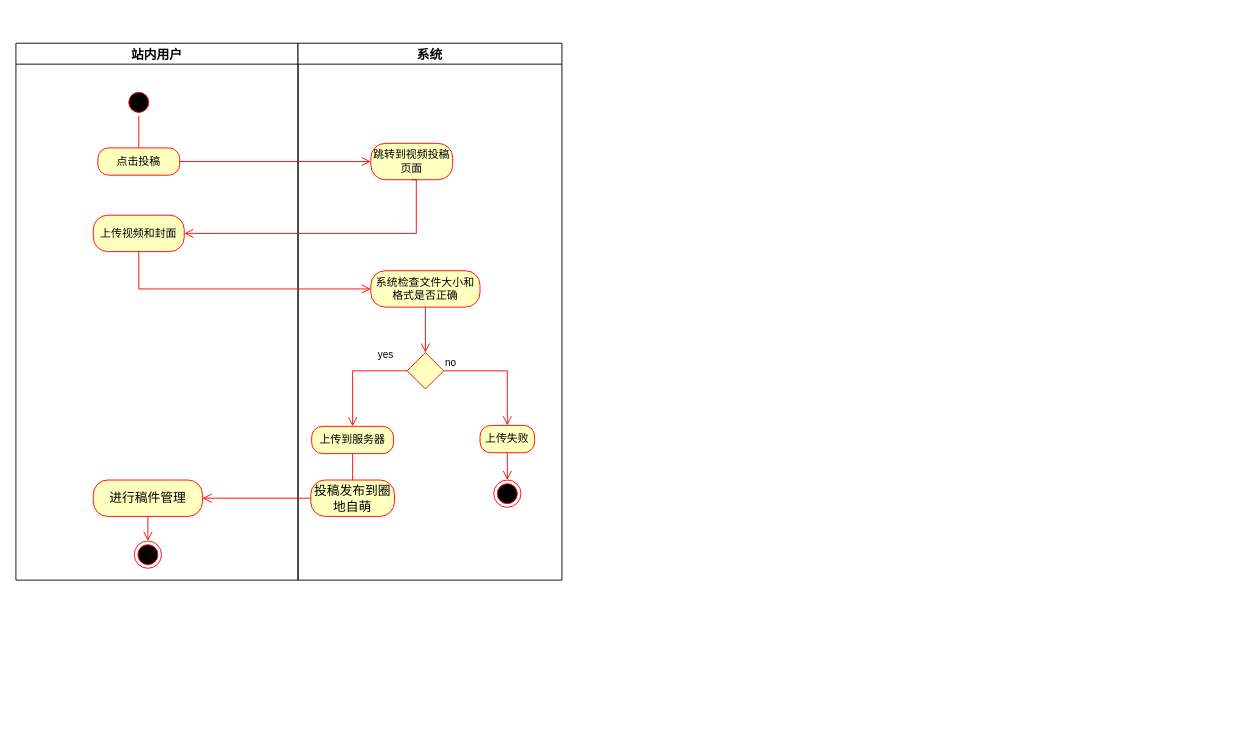
sochiching/szq keeps this draw.io diagram as page "Page-1" (1 of 2) of Untitled Diagram.drawio. Above is the earlier version. Source tidied: cells renumbered, new cells numbered last; positions are measured from the earlier drawing's top-left corner, leaving out a move shared by most shapes. Both pictures are drawn from the tidied source at 91%, with x=0, y=0 at pixel (15, 43).
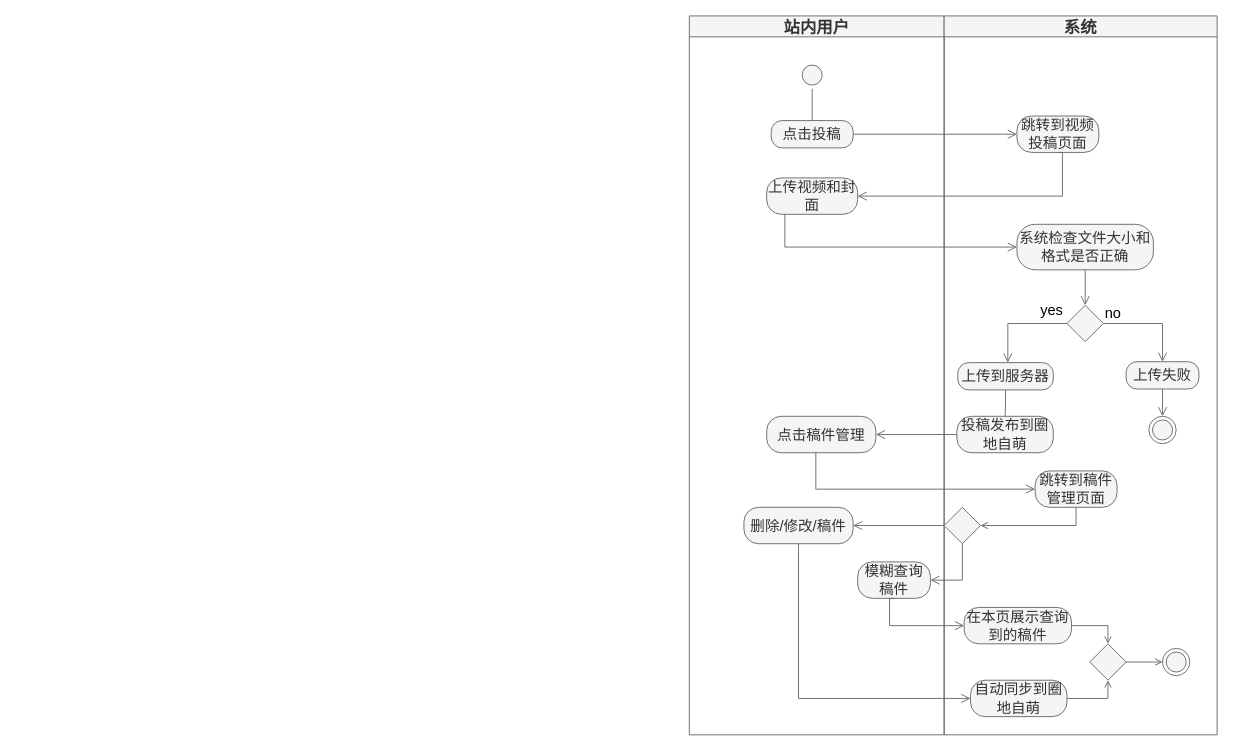
After the change.

What changed in the source:
```diff
@@
-    <mxCell id="2" value="站内用户" style="swimlane;fontSize=14;" parent="1" vertex="1">
-      <mxGeometry width="310" height="590" as="geometry" />
+    <mxCell id="2" value="站内用户" style="swimlane;fontSize=18;fillColor=#f5f5f5;fontColor=#333333;strokeColor=#666666;" parent="1" vertex="1">
+      <mxGeometry x="740" y="-30" width="280" height="790" as="geometry" />
     </mxCell>
-    <mxCell id="3" style="ellipse;html=1;shape=startState;fillColor=#000000;strokeColor=#ff0000;" parent="2" vertex="1">
-      <mxGeometry x="120" y="50" width="30" height="30" as="geometry" />
-    </mxCell>
-    <mxCell id="4" style="edgeStyle=orthogonalEdgeStyle;html=1;verticalAlign=bottom;endArrow=open;endSize=8;strokeColor=#ff0000;rounded=0;" parent="2" edge="1" source="3">
-      <mxGeometry relative="1" as="geometry">
-        <mxPoint x="135" y="140" as="targetPoint" />
-      </mxGeometry>
-    </mxCell>
+    <mxCell id="28" style="ellipse;html=1;shape=startState;fontSize=16;fillColor=#f5f5f5;fontColor=#333333;strokeColor=#666666;" parent="2" vertex="1">
+      <mxGeometry x="120" y="50" width="30" height="30" as="geometry" />
+    </mxCell>
+    <mxCell id="29" style="edgeStyle=orthogonalEdgeStyle;html=1;verticalAlign=bottom;endArrow=open;endSize=8;rounded=0;fontSize=16;fillColor=#f5f5f5;strokeColor=#666666;" parent="2" edge="1" source="28">
+      <mxGeometry relative="1" as="geometry">
+        <mxPoint x="135" y="140" as="targetPoint" />
+      </mxGeometry>
+    </mxCell>
-    <mxCell id="5" value="点击投稿" style="rounded=1;whiteSpace=wrap;html=1;arcSize=40;fontColor=#000000;fillColor=#ffffc0;strokeColor=#ff0000;" parent="2" vertex="1">
+    <mxCell id="5" value="点击投稿" style="rounded=1;whiteSpace=wrap;html=1;arcSize=40;fontSize=16;fillColor=#f5f5f5;fontColor=#333333;strokeColor=#666666;" parent="2" vertex="1">
       <mxGeometry x="90" y="115" width="90" height="30" as="geometry" />
     </mxCell>
-    <mxCell id="6" value="上传视频和封面" style="rounded=1;whiteSpace=wrap;html=1;arcSize=40;fontColor=#000000;fillColor=#ffffc0;strokeColor=#ff0000;" parent="2" vertex="1">
-      <mxGeometry x="85" y="189" width="100" height="40" as="geometry" />
+    <mxCell id="6" value="上传视频和封面" style="rounded=1;whiteSpace=wrap;html=1;arcSize=40;fontSize=16;fillColor=#f5f5f5;fontColor=#333333;strokeColor=#666666;" parent="2" vertex="1">
+      <mxGeometry x="85" y="178" width="100" height="40" as="geometry" />
     </mxCell>
-    <mxCell id="7" value="进行稿件管理" style="rounded=1;whiteSpace=wrap;html=1;arcSize=40;fontColor=#000000;fillColor=#ffffc0;strokeColor=#ff0000;fontSize=14;" parent="2" vertex="1">
-      <mxGeometry x="85" y="480" width="120" height="40" as="geometry" />
-    </mxCell>
-    <mxCell id="8" style="edgeStyle=orthogonalEdgeStyle;html=1;verticalAlign=bottom;endArrow=open;endSize=8;strokeColor=#ff0000;rounded=0;fontSize=14;exitX=0.5;exitY=1;exitDx=0;exitDy=0;entryX=0.5;entryY=0;entryDx=0;entryDy=0;" parent="2" edge="1" source="7" target="9">
-      <mxGeometry relative="1" as="geometry" />
-    </mxCell>
-    <mxCell id="9" style="ellipse;html=1;shape=endState;fillColor=#000000;strokeColor=#ff0000;fontSize=14;" parent="2" vertex="1">
-      <mxGeometry x="130" y="547" width="30" height="30" as="geometry" />
-    </mxCell>
+    <mxCell id="30" value="点击稿件管理" style="rounded=1;whiteSpace=wrap;html=1;arcSize=40;fontSize=16;fillColor=#f5f5f5;fontColor=#333333;strokeColor=#666666;" parent="2" vertex="1">
+      <mxGeometry x="85" y="440" width="120" height="40" as="geometry" />
+    </mxCell>
+    <mxCell id="31" value="删除/修改/稿件" style="rounded=1;whiteSpace=wrap;html=1;arcSize=40;fontSize=16;fillColor=#f5f5f5;fontColor=#333333;strokeColor=#666666;" parent="2" vertex="1">
+      <mxGeometry x="60" y="540" width="120" height="40" as="geometry" />
+    </mxCell>
+    <mxCell id="32" value="模糊查询稿件" style="rounded=1;whiteSpace=wrap;html=1;arcSize=40;fontSize=16;fillColor=#f5f5f5;fontColor=#333333;strokeColor=#666666;" parent="2" vertex="1">
+      <mxGeometry x="185" y="600" width="80" height="40" as="geometry" />
+    </mxCell>
-    <mxCell id="10" value="系统" style="swimlane;fontSize=14;" parent="1" vertex="1">
-      <mxGeometry x="310" width="290" height="590" as="geometry" />
+    <mxCell id="10" value="系统" style="swimlane;fontSize=18;fillColor=#f5f5f5;fontColor=#333333;strokeColor=#666666;" parent="1" vertex="1">
+      <mxGeometry x="1020" y="-30" width="300" height="790" as="geometry" />
     </mxCell>
-    <mxCell id="11" value="跳转到视频投稿页面" style="rounded=1;whiteSpace=wrap;html=1;arcSize=40;fontColor=#000000;fillColor=#ffffc0;strokeColor=#ff0000;" parent="10" vertex="1">
+    <mxCell id="11" value="跳转到视频投稿页面" style="rounded=1;whiteSpace=wrap;html=1;arcSize=40;fontSize=16;fillColor=#f5f5f5;fontColor=#333333;strokeColor=#666666;" parent="10" vertex="1">
       <mxGeometry x="80" y="110" width="90" height="40" as="geometry" />
     </mxCell>
-    <mxCell id="12" value="系统检查文件大小和格式是否正确" style="rounded=1;whiteSpace=wrap;html=1;arcSize=40;fontColor=#000000;fillColor=#ffffc0;strokeColor=#ff0000;" parent="10" vertex="1">
-      <mxGeometry x="80" y="250" width="120" height="40" as="geometry" />
+    <mxCell id="12" value="系统检查文件大小和格式是否正确" style="rounded=1;whiteSpace=wrap;html=1;arcSize=40;fontSize=16;fillColor=#f5f5f5;fontColor=#333333;strokeColor=#666666;" parent="10" vertex="1">
+      <mxGeometry x="80" y="229" width="150" height="50" as="geometry" />
     </mxCell>
-    <mxCell id="13" style="edgeStyle=orthogonalEdgeStyle;html=1;verticalAlign=bottom;endArrow=open;endSize=8;strokeColor=#ff0000;rounded=0;entryX=0.5;entryY=0;entryDx=0;entryDy=0;" parent="10" edge="1" source="12" target="14">
-      <mxGeometry relative="1" as="geometry" />
-    </mxCell>
-    <mxCell id="14" style="rhombus;whiteSpace=wrap;html=1;fillColor=#ffffc0;strokeColor=#ff0000;" parent="10" vertex="1">
-      <mxGeometry x="120" y="340" width="40" height="40" as="geometry" />
-    </mxCell>
+    <mxCell id="33" style="edgeStyle=orthogonalEdgeStyle;html=1;verticalAlign=bottom;endArrow=open;endSize=8;rounded=0;entryX=0.5;entryY=0;entryDx=0;entryDy=0;fontSize=16;fillColor=#f5f5f5;strokeColor=#666666;" parent="10" edge="1" source="12" target="34">
+      <mxGeometry relative="1" as="geometry" />
+    </mxCell>
+    <mxCell id="34" style="rhombus;whiteSpace=wrap;html=1;fontSize=16;fillColor=#f5f5f5;fontColor=#333333;strokeColor=#666666;" parent="10" vertex="1">
+      <mxGeometry x="135" y="318" width="40" height="40" as="geometry" />
+    </mxCell>
-    <mxCell id="15" value="yes" style="edgeStyle=orthogonalEdgeStyle;html=1;align=left;verticalAlign=top;endArrow=open;endSize=8;strokeColor=#ff0000;rounded=0;exitX=0;exitY=0.5;exitDx=0;exitDy=0;" parent="10" edge="1" source="14" target="16">
+    <mxCell id="15" value="yes" style="edgeStyle=orthogonalEdgeStyle;html=1;align=left;verticalAlign=top;endArrow=open;endSize=8;rounded=0;exitX=0;exitY=0.5;exitDx=0;exitDy=0;fontSize=16;fillColor=#f5f5f5;strokeColor=#666666;" parent="10" edge="1" source="34" target="16">
       <mxGeometry x="-0.43" y="-31" relative="1" as="geometry">
         <Array as="points">
-          <mxPoint x="60" y="360" />
+          <mxPoint x="70" y="338" />
         </Array>
       </mxGeometry>
     </mxCell>
-    <mxCell id="16" value="上传到服务器" style="rounded=1;whiteSpace=wrap;html=1;arcSize=40;fontColor=#000000;fillColor=#ffffc0;strokeColor=#ff0000;" parent="10" vertex="1">
-      <mxGeometry x="15" y="421" width="90" height="30" as="geometry" />
+    <mxCell id="16" value="上传到服务器" style="rounded=1;whiteSpace=wrap;html=1;arcSize=40;fontSize=16;fillColor=#f5f5f5;fontColor=#333333;strokeColor=#666666;" parent="10" vertex="1">
+      <mxGeometry x="15" y="381" width="105" height="30" as="geometry" />
     </mxCell>
-    <mxCell id="17" value="上传失败" style="rounded=1;whiteSpace=wrap;html=1;arcSize=40;fontColor=#000000;fillColor=#ffffc0;strokeColor=#ff0000;" parent="10" vertex="1">
-      <mxGeometry x="200" y="420" width="60" height="30" as="geometry" />
+    <mxCell id="17" value="上传失败" style="rounded=1;whiteSpace=wrap;html=1;arcSize=40;fontSize=16;fillColor=#f5f5f5;fontColor=#333333;strokeColor=#666666;" parent="10" vertex="1">
+      <mxGeometry x="200" y="380" width="80" height="30" as="geometry" />
     </mxCell>
-    <mxCell id="18" value="no" style="edgeStyle=orthogonalEdgeStyle;html=1;align=left;verticalAlign=bottom;endArrow=open;endSize=8;strokeColor=#ff0000;rounded=0;entryX=0.5;entryY=0;entryDx=0;entryDy=0;exitX=1;exitY=0.5;exitDx=0;exitDy=0;" parent="10" edge="1" source="14" target="17">
+    <mxCell id="18" value="no" style="edgeStyle=orthogonalEdgeStyle;html=1;align=left;verticalAlign=bottom;endArrow=open;endSize=8;rounded=0;entryX=0.5;entryY=0;entryDx=0;entryDy=0;exitX=1;exitY=0.5;exitDx=0;exitDy=0;fontSize=16;fillColor=#f5f5f5;strokeColor=#666666;" parent="10" edge="1" source="34" target="17">
       <mxGeometry x="-1" relative="1" as="geometry">
         <Array as="points">
-          <mxPoint x="230" y="360" />
+          <mxPoint x="240" y="338" />
         </Array>
       </mxGeometry>
     </mxCell>
-    <mxCell id="19" style="edgeStyle=orthogonalEdgeStyle;html=1;align=left;verticalAlign=bottom;endArrow=open;endSize=8;strokeColor=#ff0000;rounded=0;exitX=0.5;exitY=1;exitDx=0;exitDy=0;startArrow=none;" parent="10" edge="1" source="22">
-      <mxGeometry x="-1" relative="1" as="geometry">
-        <mxPoint x="60" y="520" as="targetPoint" />
-        <Array as="points">
-          <mxPoint x="60" y="516" />
-        </Array>
-      </mxGeometry>
-    </mxCell>
-    <mxCell id="20" style="ellipse;html=1;shape=endState;fillColor=#000000;strokeColor=#ff0000;fontSize=14;" parent="10" vertex="1">
-      <mxGeometry x="215" y="480" width="30" height="30" as="geometry" />
-    </mxCell>
-    <mxCell id="21" style="edgeStyle=orthogonalEdgeStyle;html=1;align=left;verticalAlign=bottom;endArrow=open;endSize=8;strokeColor=#ff0000;rounded=0;entryX=0.5;entryY=0;entryDx=0;entryDy=0;exitX=0.5;exitY=1;exitDx=0;exitDy=0;" parent="10" edge="1" source="17" target="20">
-      <mxGeometry x="-1" relative="1" as="geometry" />
-    </mxCell>
+    <mxCell id="35" style="edgeStyle=orthogonalEdgeStyle;html=1;align=left;verticalAlign=bottom;endArrow=open;endSize=8;rounded=0;exitX=0.5;exitY=1;exitDx=0;exitDy=0;startArrow=none;fontSize=16;fillColor=#f5f5f5;strokeColor=#666666;" parent="10" edge="1" source="22">
+      <mxGeometry x="-1" relative="1" as="geometry">
+        <mxPoint x="60" y="480" as="targetPoint" />
+        <Array as="points">
+          <mxPoint x="60" y="476" />
+        </Array>
+      </mxGeometry>
+    </mxCell>
+    <mxCell id="36" style="ellipse;html=1;shape=endState;fontSize=16;fillColor=#f5f5f5;fontColor=#333333;strokeColor=#666666;" parent="10" vertex="1">
+      <mxGeometry x="225" y="440" width="30" height="30" as="geometry" />
+    </mxCell>
+    <mxCell id="37" style="edgeStyle=orthogonalEdgeStyle;html=1;align=left;verticalAlign=bottom;endArrow=open;endSize=8;rounded=0;entryX=0.5;entryY=0;entryDx=0;entryDy=0;exitX=0.5;exitY=1;exitDx=0;exitDy=0;fontSize=16;fillColor=#f5f5f5;strokeColor=#666666;" parent="10" edge="1" source="17" target="36">
+      <mxGeometry x="-1" relative="1" as="geometry" />
+    </mxCell>
-    <mxCell id="22" value="投稿发布到圈地自萌" style="rounded=1;whiteSpace=wrap;html=1;arcSize=40;fontColor=#000000;fillColor=#ffffc0;strokeColor=#ff0000;fontSize=14;" parent="10" vertex="1">
-      <mxGeometry x="14" y="480" width="92" height="40" as="geometry" />
+    <mxCell id="22" value="投稿发布到圈地自萌" style="rounded=1;whiteSpace=wrap;html=1;arcSize=40;fontSize=16;fillColor=#f5f5f5;fontColor=#333333;strokeColor=#666666;" parent="10" vertex="1">
+      <mxGeometry x="14" y="440" width="106" height="40" as="geometry" />
     </mxCell>
-    <mxCell id="23" style="edgeStyle=orthogonalEdgeStyle;html=1;align=left;verticalAlign=bottom;endArrow=none;endSize=8;strokeColor=#ff0000;rounded=0;exitX=0.5;exitY=1;exitDx=0;exitDy=0;" parent="10" edge="1" source="16" target="22">
+    <mxCell id="23" style="edgeStyle=orthogonalEdgeStyle;html=1;align=left;verticalAlign=bottom;endArrow=none;endSize=8;rounded=0;exitX=0.5;exitY=1;exitDx=0;exitDy=0;fontSize=16;fillColor=#f5f5f5;strokeColor=#666666;" parent="10" edge="1" source="16" target="22">
       <mxGeometry x="-1" relative="1" as="geometry" />
     </mxCell>
+    <mxCell id="38" value="跳转到稿件管理页面" style="rounded=1;whiteSpace=wrap;html=1;arcSize=40;fontSize=16;fillColor=#f5f5f5;fontColor=#333333;strokeColor=#666666;" parent="10" vertex="1">
+      <mxGeometry x="100" y="500" width="90" height="40" as="geometry" />
+    </mxCell>
+    <mxCell id="39" style="edgeStyle=orthogonalEdgeStyle;rounded=0;jettySize=auto;html=1;entryX=0.5;entryY=1;entryDx=0;entryDy=0;fontSize=14;endArrow=open;endFill=0;fillColor=#f5f5f5;strokeColor=#666666;" parent="10" edge="1" source="40" target="45">
+      <mxGeometry relative="1" as="geometry" />
+    </mxCell>
+    <mxCell id="40" value="自动同步到圈地自萌" style="rounded=1;whiteSpace=wrap;html=1;arcSize=40;fontSize=16;fillColor=#f5f5f5;fontColor=#333333;strokeColor=#666666;" parent="10" vertex="1">
+      <mxGeometry x="29" y="730" width="106" height="40" as="geometry" />
+    </mxCell>
+    <mxCell id="41" style="edgeStyle=orthogonalEdgeStyle;rounded=0;jettySize=auto;html=1;entryX=0.5;entryY=0;entryDx=0;entryDy=0;fontSize=14;endArrow=open;endFill=0;fillColor=#f5f5f5;strokeColor=#666666;" parent="10" edge="1" source="42" target="45">
+      <mxGeometry relative="1" as="geometry" />
+    </mxCell>
+    <mxCell id="42" value="在本页展示查询到的稿件" style="rounded=1;whiteSpace=wrap;html=1;arcSize=40;fontSize=16;fillColor=#f5f5f5;fontColor=#333333;strokeColor=#666666;" parent="10" vertex="1">
+      <mxGeometry x="22" y="650" width="118" height="40" as="geometry" />
+    </mxCell>
+    <mxCell id="43" style="ellipse;html=1;shape=endState;fontSize=16;fillColor=#f5f5f5;fontColor=#333333;strokeColor=#666666;" parent="10" vertex="1">
+      <mxGeometry x="240" y="695" width="30" height="30" as="geometry" />
+    </mxCell>
+    <mxCell id="44" style="edgeStyle=orthogonalEdgeStyle;rounded=0;jettySize=auto;html=1;entryX=0;entryY=0.5;entryDx=0;entryDy=0;fontSize=14;endArrow=open;endFill=0;fillColor=#f5f5f5;strokeColor=#666666;" parent="10" edge="1" source="45" target="43">
+      <mxGeometry relative="1" as="geometry" />
+    </mxCell>
+    <mxCell id="45" style="rhombus;whiteSpace=wrap;html=1;fontSize=16;fillColor=#f5f5f5;fontColor=#333333;strokeColor=#666666;" parent="10" vertex="1">
+      <mxGeometry x="160" y="690" width="40" height="40" as="geometry" />
+    </mxCell>
-    <mxCell id="24" style="edgeStyle=orthogonalEdgeStyle;html=1;verticalAlign=bottom;endArrow=open;endSize=8;strokeColor=#ff0000;rounded=0;entryX=0;entryY=0.5;entryDx=0;entryDy=0;" parent="1" edge="1" source="5" target="11">
+    <mxCell id="24" style="edgeStyle=orthogonalEdgeStyle;html=1;verticalAlign=bottom;endArrow=open;endSize=8;rounded=0;entryX=0;entryY=0.5;entryDx=0;entryDy=0;fontSize=16;fillColor=#f5f5f5;strokeColor=#666666;" parent="1" edge="1" source="5" target="11">
       <mxGeometry relative="1" as="geometry" />
     </mxCell>
-    <mxCell id="25" style="edgeStyle=orthogonalEdgeStyle;html=1;verticalAlign=bottom;endArrow=open;endSize=8;strokeColor=#ff0000;rounded=0;entryX=1;entryY=0.5;entryDx=0;entryDy=0;exitX=0.5;exitY=1;exitDx=0;exitDy=0;" parent="1" edge="1" source="11" target="6">
+    <mxCell id="25" style="edgeStyle=orthogonalEdgeStyle;html=1;verticalAlign=bottom;endArrow=open;endSize=8;rounded=0;entryX=1;entryY=0.5;entryDx=0;entryDy=0;exitX=0.5;exitY=1;exitDx=0;exitDy=0;fontSize=16;fillColor=#f5f5f5;strokeColor=#666666;" parent="1" edge="1" source="11" target="6">
       <mxGeometry relative="1" as="geometry">
         <Array as="points">
-          <mxPoint x="440" y="150" />
-          <mxPoint x="440" y="209" />
+          <mxPoint x="1150" y="120" />
+          <mxPoint x="1150" y="168" />
         </Array>
       </mxGeometry>
     </mxCell>
-    <mxCell id="26" style="edgeStyle=orthogonalEdgeStyle;html=1;verticalAlign=bottom;endArrow=open;endSize=8;strokeColor=#ff0000;rounded=0;entryX=0;entryY=0.5;entryDx=0;entryDy=0;" parent="1" edge="1" source="6" target="12">
+    <mxCell id="26" style="edgeStyle=orthogonalEdgeStyle;html=1;verticalAlign=bottom;endArrow=open;endSize=8;rounded=0;entryX=0;entryY=0.5;entryDx=0;entryDy=0;fontSize=16;fillColor=#f5f5f5;strokeColor=#666666;" parent="1" edge="1" source="6" target="12">
       <mxGeometry relative="1" as="geometry">
         <Array as="points">
-          <mxPoint x="135" y="270" />
+          <mxPoint x="845" y="224" />
         </Array>
       </mxGeometry>
     </mxCell>
-    <mxCell id="27" style="edgeStyle=orthogonalEdgeStyle;html=1;verticalAlign=bottom;endArrow=open;endSize=8;strokeColor=#ff0000;rounded=0;fontSize=14;entryX=1;entryY=0.5;entryDx=0;entryDy=0;" parent="1" edge="1" source="22" target="7">
-      <mxGeometry relative="1" as="geometry" />
-    </mxCell>
+    <mxCell id="46" style="edgeStyle=orthogonalEdgeStyle;html=1;verticalAlign=bottom;endArrow=open;endSize=8;rounded=0;fontSize=16;entryX=1;entryY=0.5;entryDx=0;entryDy=0;fillColor=#f5f5f5;strokeColor=#666666;" parent="1" edge="1" source="22" target="30">
+      <mxGeometry relative="1" as="geometry" />
+    </mxCell>
+    <mxCell id="47" style="edgeStyle=orthogonalEdgeStyle;html=1;verticalAlign=bottom;endArrow=open;endSize=8;rounded=0;entryX=0;entryY=0.5;entryDx=0;entryDy=0;fontSize=16;exitX=0.45;exitY=1;exitDx=0;exitDy=0;exitPerimeter=0;fillColor=#f5f5f5;strokeColor=#666666;" parent="1" edge="1" source="30" target="38">
+      <mxGeometry relative="1" as="geometry">
+        <Array as="points">
+          <mxPoint x="879" y="490" />
+        </Array>
+      </mxGeometry>
+    </mxCell>
+    <mxCell id="48" style="edgeStyle=orthogonalEdgeStyle;html=1;verticalAlign=bottom;endArrow=open;endSize=8;rounded=0;exitX=0;exitY=0.5;exitDx=0;exitDy=0;fontSize=16;entryX=1;entryY=0.5;entryDx=0;entryDy=0;startArrow=none;fillColor=#f5f5f5;strokeColor=#666666;" parent="1" edge="1" source="49" target="31">
+      <mxGeometry relative="1" as="geometry" />
+    </mxCell>
+    <mxCell id="49" style="rhombus;whiteSpace=wrap;html=1;fontSize=16;fillColor=#f5f5f5;fontColor=#333333;strokeColor=#666666;" parent="1" vertex="1">
+      <mxGeometry x="1020" y="510" width="40" height="40" as="geometry" />
+    </mxCell>
+    <mxCell id="50" style="html=1;verticalAlign=bottom;endArrow=open;rounded=0;exitX=0.5;exitY=1;exitDx=0;exitDy=0;fontSize=16;entryX=1;entryY=0.5;entryDx=0;entryDy=0;edgeStyle=orthogonalEdgeStyle;endFill=0;fillColor=#f5f5f5;strokeColor=#666666;" parent="1" edge="1" source="38" target="49">
+      <mxGeometry relative="1" as="geometry" />
+    </mxCell>
+    <mxCell id="51" style="edgeStyle=orthogonalEdgeStyle;html=1;verticalAlign=bottom;endArrow=open;endSize=8;rounded=0;exitX=0.5;exitY=1;exitDx=0;exitDy=0;fontSize=16;entryX=1;entryY=0.5;entryDx=0;entryDy=0;endFill=0;fillColor=#f5f5f5;strokeColor=#666666;" parent="1" edge="1" source="49" target="32">
+      <mxGeometry relative="1" as="geometry">
+        <Array as="points">
+          <mxPoint x="1040" y="590" />
+        </Array>
+      </mxGeometry>
+    </mxCell>
+    <mxCell id="52" style="edgeStyle=orthogonalEdgeStyle;html=1;verticalAlign=bottom;endArrow=open;endSize=8;rounded=0;exitX=0.5;exitY=1;exitDx=0;exitDy=0;fontSize=16;entryX=0;entryY=0.5;entryDx=0;entryDy=0;startArrow=none;fillColor=#f5f5f5;strokeColor=#666666;" parent="1" edge="1" source="31" target="40">
+      <mxGeometry relative="1" as="geometry" />
+    </mxCell>
+    <mxCell id="53" style="edgeStyle=orthogonalEdgeStyle;html=1;verticalAlign=bottom;endArrow=open;endSize=8;rounded=0;fontSize=16;exitX=0.5;exitY=1;exitDx=0;exitDy=0;entryX=0;entryY=0.5;entryDx=0;entryDy=0;fillColor=#f5f5f5;strokeColor=#666666;" parent="1" edge="1" source="32" target="42">
+      <mxGeometry relative="1" as="geometry">
+        <Array as="points">
+          <mxPoint x="960" y="610" />
+          <mxPoint x="960" y="640" />
+        </Array>
+      </mxGeometry>
+    </mxCell>
```
